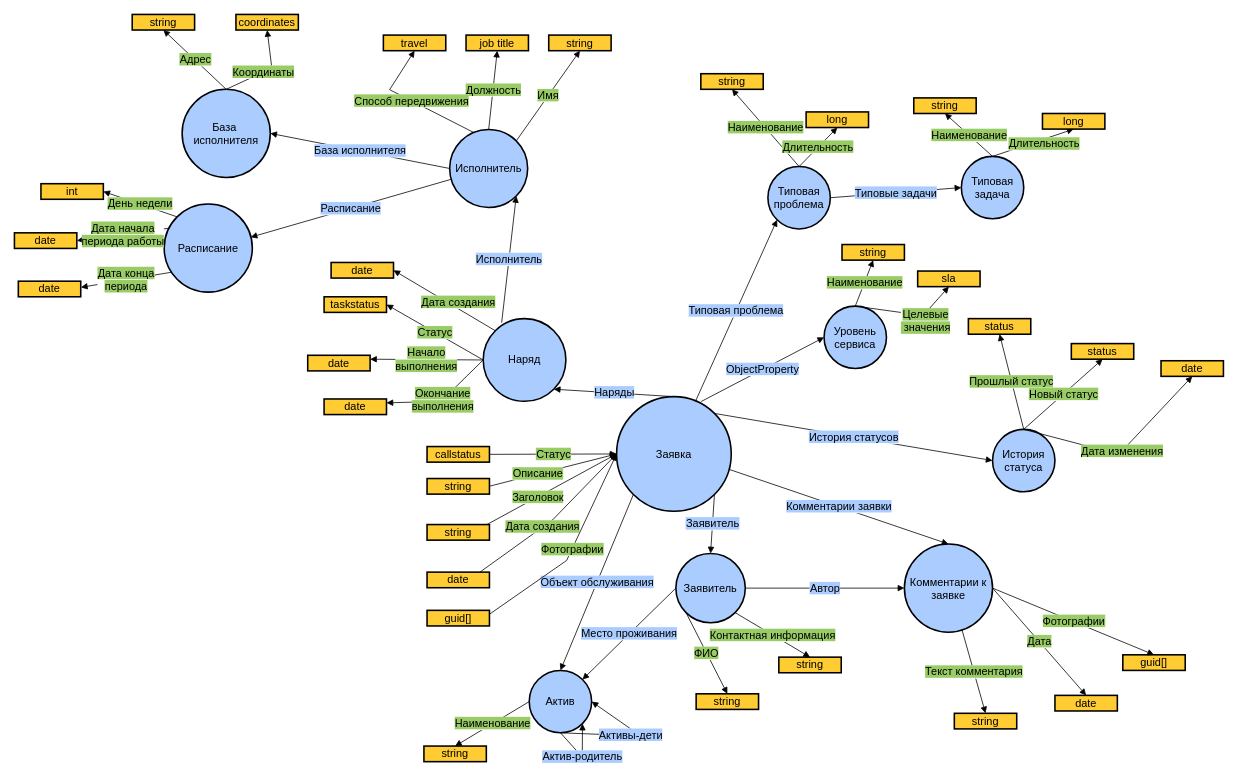
iamquoz/essen keeps this draw.io diagram as owl.drawio. Above is the earlier version. Source tidied: cells renumbered, new cells numbered last; positions are measured from the earlier drawing's top-left corner, leaving out a move shared by most shapes. Both pictures are drawn from the tidied source at 78%, with x=0, y=0 at pixel (14, 14).
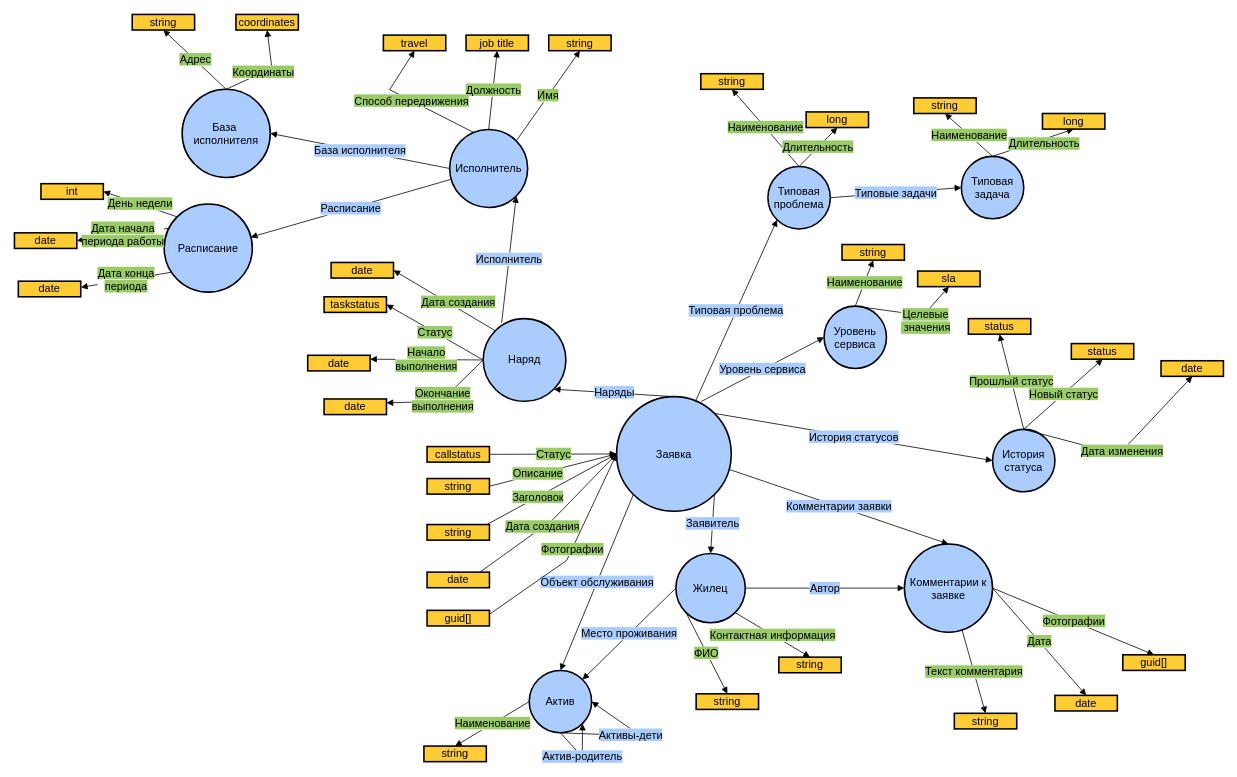
The same diagram, later.

The change refers to these unchanged cells:
```xml
<mxCell id="2" value="Заявка" style="ellipse;whiteSpace=wrap;html=1;rounded=0;shadow=0;glass=0;comic=0;strokeColor=#000000;strokeWidth=2;fillColor=#acf;gradientColor=none;fontSize=14;fontColor=#000000;align=center;" parent="1" vertex="1">
  <mxGeometry x="772" y="490" width="147" height="147" as="geometry" />
</mxCell>
<mxCell id="79" value="Уровень&lt;br&gt;сервиса" style="ellipse;whiteSpace=wrap;html=1;rounded=0;shadow=0;glass=0;comic=0;strokeColor=#000000;strokeWidth=2;fillColor=#acf;gradientColor=none;fontSize=14;fontColor=#000000;align=center;" parent="1" vertex="1">
  <mxGeometry x="1038" y="374" width="80" height="80" as="geometry" />
</mxCell>
```

What changed in the source:
```diff
@@
-    <mxCell id="23" value="Заявитель" style="ellipse;whiteSpace=wrap;html=1;rounded=0;shadow=0;glass=0;comic=0;strokeColor=#000000;strokeWidth=2;fillColor=#acf;gradientColor=none;fontSize=14;fontColor=#000000;align=center;" parent="1" vertex="1">
+    <mxCell id="23" value="Жилец" style="ellipse;whiteSpace=wrap;html=1;rounded=0;shadow=0;glass=0;comic=0;strokeColor=#000000;strokeWidth=2;fillColor=#acf;gradientColor=none;fontSize=14;fontColor=#000000;align=center;" parent="1" vertex="1">
       <mxGeometry x="848" y="691" width="89" height="89" as="geometry" />
     </mxCell>
@@
-    <mxCell id="84" value="&lt;span style=&quot;background-color: rgb(170 , 204 , 255)&quot;&gt;ObjectProperty&lt;/span&gt;" style="endArrow=block;html=1;strokeColor=#000000;fontSize=14;fontColor=#000000;endFill=1;rounded=0;exitX=0.737;exitY=0.043;exitDx=0;exitDy=0;exitPerimeter=0;entryX=0;entryY=0.5;entryDx=0;entryDy=0;" parent="1" edge="1" source="2" target="79">
+    <mxCell id="84" value="&lt;span style=&quot;background-color: rgb(170 , 204 , 255)&quot;&gt;Уровень сервиса&lt;/span&gt;" style="endArrow=block;html=1;strokeColor=#000000;fontSize=14;fontColor=#000000;endFill=1;rounded=0;exitX=0.737;exitY=0.043;exitDx=0;exitDy=0;exitPerimeter=0;entryX=0;entryY=0.5;entryDx=0;entryDy=0;" parent="1" edge="1" source="2" target="79">
       <mxGeometry relative="1" as="geometry" />
     </mxCell>
```
